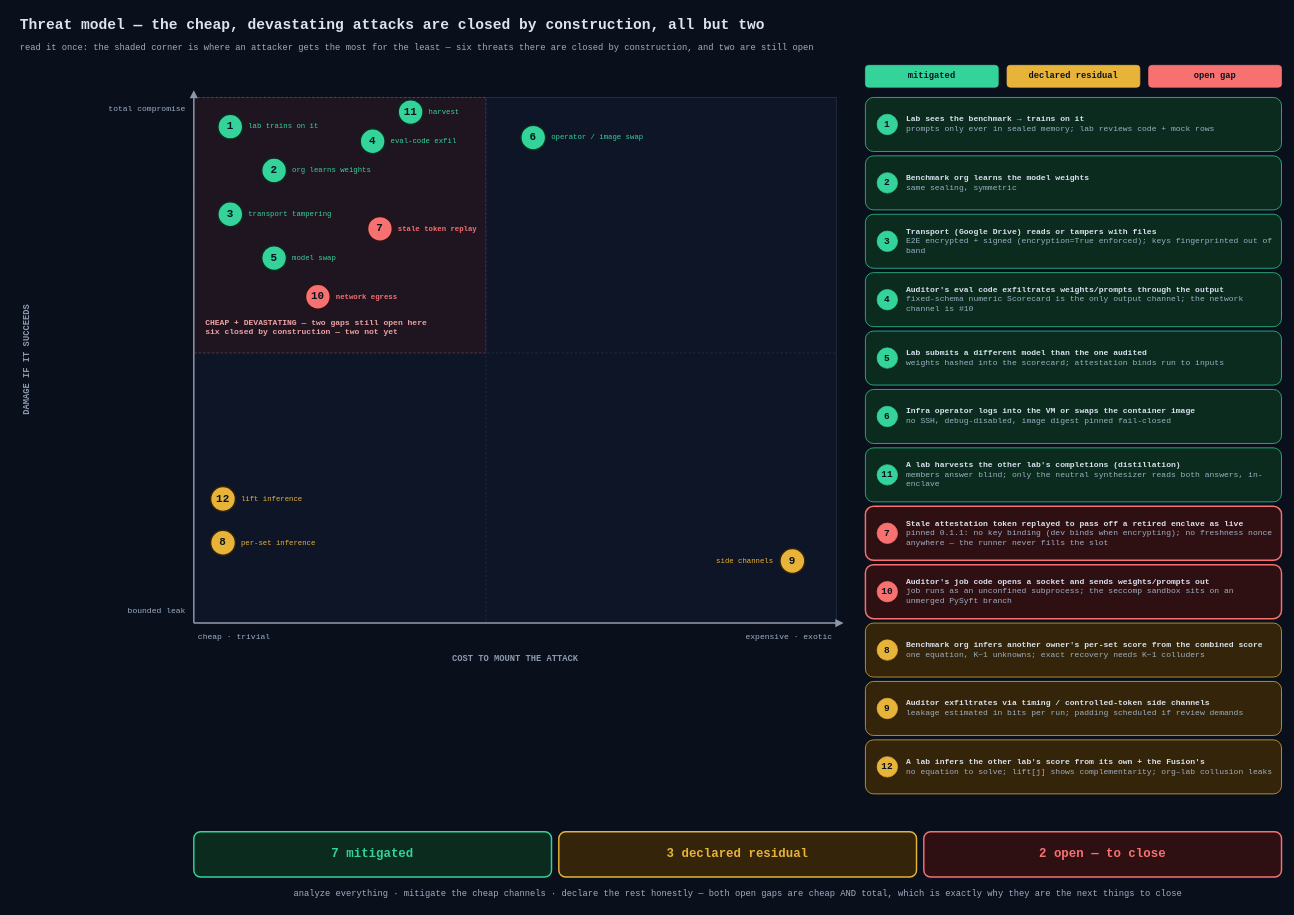
This is docs/diagrams/12-threat-model-map.drawio from khoaguin/crucible, a draw.io file, before an edit. Source tidied: cells renumbered, new cells numbered last; positions are measured from the earlier drawing's top-left corner, leaving out a move shared by most shapes. Both pictures are drawn from the tidied source at 73%, with x=0, y=0 at pixel (12, 12).
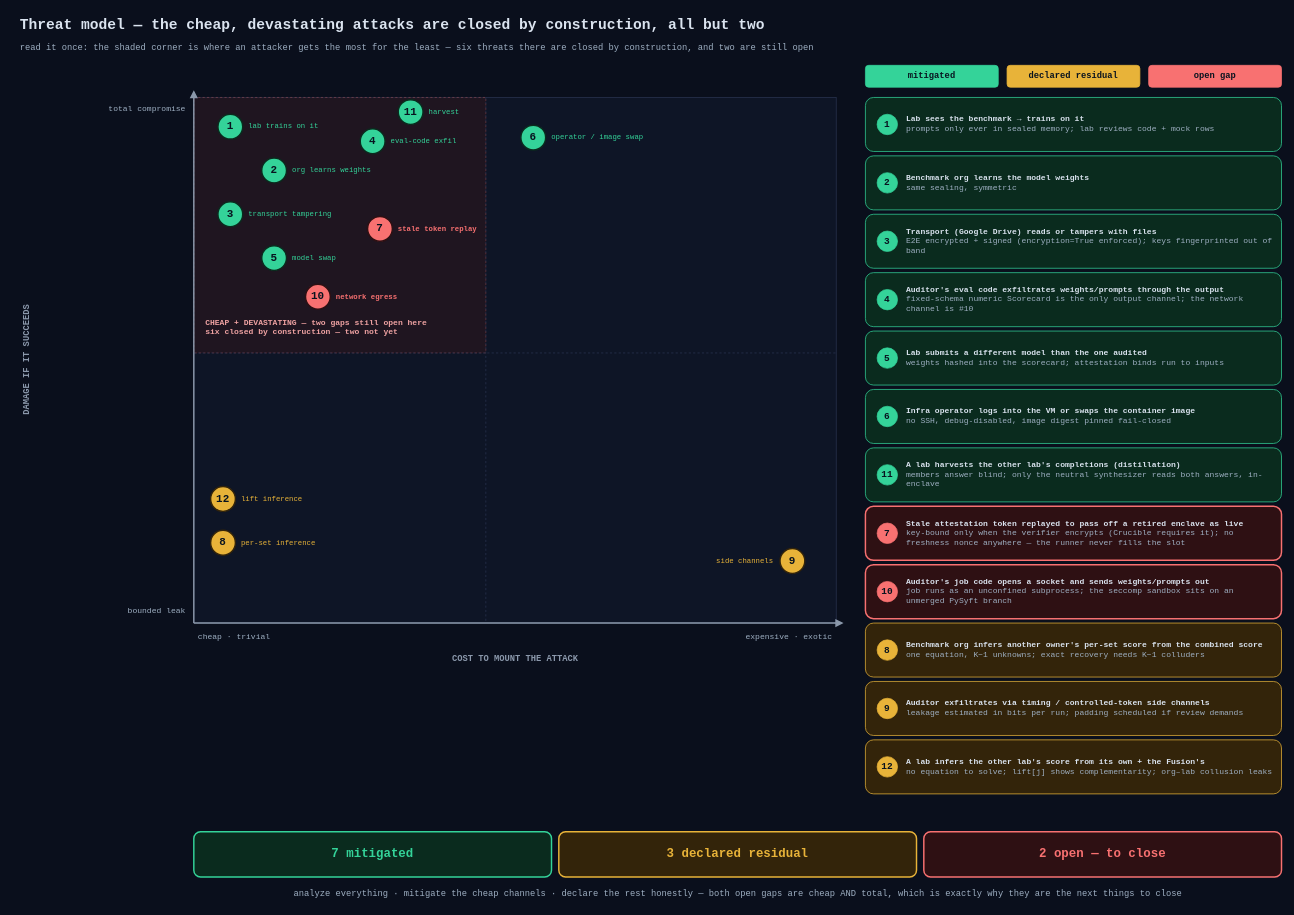
After the change.

Commit message (it also covers changes not shown here):
docs(architecture): align with HEAD-tracked deps and verified upstream behaviour

The edit, as a diff of the source:
```diff
@@
-    <mxCell id="58" value="&lt;b&gt;Stale attestation token replayed to pass off a retired enclave as live&lt;/b&gt;&lt;br&gt;&lt;font color=&quot;#9fb0c3&quot;&gt;pinned 0.1.1: no key binding (dev binds when encrypting); no freshness nonce anywhere — the runner never fills the slot&lt;/font&gt;" style="text;html=1;whiteSpace=wrap;align=left;verticalAlign=middle;fontFamily=Courier New;fontColor=#dbe4f0;fontSize=11;" parent="1" vertex="1">
+    <mxCell id="58" value="&lt;b&gt;Stale attestation token replayed to pass off a retired enclave as live&lt;/b&gt;&lt;br&gt;&lt;font color=&quot;#9fb0c3&quot;&gt;key-bound only when the verifier encrypts (Crucible requires it); no freshness nonce anywhere — the runner never fills the slot&lt;/font&gt;" style="text;html=1;whiteSpace=wrap;align=left;verticalAlign=middle;fontFamily=Courier New;fontColor=#dbe4f0;fontSize=11;" parent="1" vertex="1">
       <mxGeometry x="1222" y="680" width="504" height="66" as="geometry" />
     </mxCell>
```
